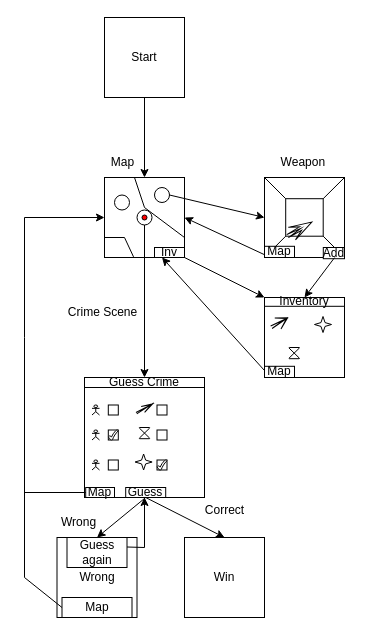
louisslater/test-AR-js keeps this draw.io diagram as Detective Game.drawio. Above is the earlier version. Source tidied: cells renumbered, new cells numbered last; positions are measured from the earlier drawing's top-left corner, leaving out a move shared by most shapes. Both pictures are drawn from the tidied source at 100%, with x=0, y=0 at pixel (24, 17).
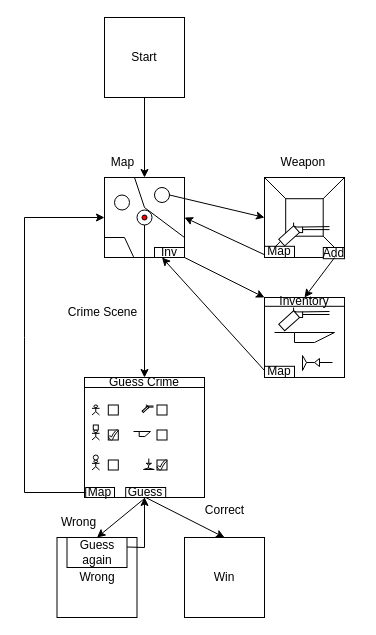
After the change.

The change refers to these unchanged cells:
```xml
<mxCell id="7" style="group;" parent="1" vertex="1">
  <mxGeometry x="240" y="160" width="94" height="81.2" as="geometry" />
</mxCell>
<mxCell id="19" style="whiteSpace=wrap;html=1;" parent="18" vertex="1">
  <mxGeometry width="80" height="80" as="geometry" />
</mxCell>
```

What changed in the source:
```diff
@@
-    <mxCell id="17" style="html=1;shadow=0;dashed=0;align=center;verticalAlign=middle;shape=mxgraph.arrows2.stylisedArrow;dy=0.73;dx=13;notch=15;feather=0.77;rotation=-30;" parent="7" vertex="1">
-      <mxGeometry x="21.2" y="44.4" width="28" height="14.4" as="geometry" />
-    </mxCell>
+    <mxCell id="69" style="group;" parent="7" vertex="1">
+      <mxGeometry x="15" y="45.1" width="50" height="23.6" as="geometry" />
+    </mxCell>
+    <mxCell id="70" style="rounded=0;whiteSpace=wrap;html=1;" parent="69" vertex="1">
+      <mxGeometry x="14.1" y="4.4" width="9" height="5.6" as="geometry" />
+    </mxCell>
+    <mxCell id="71" style="rounded=0;whiteSpace=wrap;html=1;rotation=48;" parent="69" vertex="1">
+      <mxGeometry x="5.2" y="3.3" width="8.9" height="20" as="geometry" />
+    </mxCell>
+    <mxCell id="72" style="endArrow=none;html=1;rounded=0;exitX=0;exitY=0;exitDx=0;exitDy=0;entryX=0.25;entryY=0;entryDx=0;entryDy=0;" parent="69" edge="1" source="71" target="70">
+      <mxGeometry relative="1" as="geometry" />
+    </mxCell>
+    <mxCell id="73" style="endArrow=none;html=1;rounded=0;entryX=0;entryY=0;entryDx=0;entryDy=0;" parent="69" edge="1" target="71">
+      <mxGeometry relative="1" as="geometry">
+        <mxPoint x="14.1" as="sourcePoint" />
+      </mxGeometry>
+    </mxCell>
+    <mxCell id="74" style="endArrow=none;html=1;rounded=0;" parent="69" edge="1">
+      <mxGeometry relative="1" as="geometry">
+        <mxPoint x="23.1" y="4.4" as="sourcePoint" />
+        <mxPoint x="50" y="4" as="targetPoint" />
+      </mxGeometry>
+    </mxCell>
+    <mxCell id="75" style="endArrow=none;html=1;rounded=0;" parent="69" edge="1">
+      <mxGeometry relative="1" as="geometry">
+        <mxPoint x="23.1" y="7" as="sourcePoint" />
+        <mxPoint x="50" y="7" as="targetPoint" />
+      </mxGeometry>
+    </mxCell>
@@
-    <mxCell id="50" style="html=1;shadow=0;dashed=0;align=center;verticalAlign=middle;shape=mxgraph.arrows2.stylisedArrow;dy=1;dx=1.27;notch=15;feather=0.77;rotation=-30;" parent="1" vertex="1">
-      <mxGeometry x="110.6" y="387.5" width="18.8" height="6.9" as="geometry" />
-    </mxCell>
-    <mxCell id="51" style="verticalLabelPosition=bottom;verticalAlign=top;html=1;shape=mxgraph.flowchart.collate;" parent="1" vertex="1">
-      <mxGeometry x="114.7" y="410" width="10.6" height="11.2" as="geometry" />
-    </mxCell>
-    <mxCell id="52" style="verticalLabelPosition=bottom;verticalAlign=top;html=1;shape=mxgraph.basic.4_point_star_2;dx=0.76;" parent="1" vertex="1">
-      <mxGeometry x="110.6" y="436.5" width="17" height="16" as="geometry" />
-    </mxCell>
-    <mxCell id="53" style="html=1;shadow=0;dashed=0;align=center;verticalAlign=middle;shape=mxgraph.arrows2.stylisedArrow;dy=1;dx=1.27;notch=15;feather=0.77;rotation=-30;" parent="1" vertex="1">
-      <mxGeometry x="245.6" y="298.8" width="18.8" height="12.5" as="geometry" />
-    </mxCell>
-    <mxCell id="54" style="verticalLabelPosition=bottom;verticalAlign=top;html=1;shape=mxgraph.flowchart.collate;" parent="1" vertex="1">
-      <mxGeometry x="264.4" y="330" width="10.6" height="11.2" as="geometry" />
-    </mxCell>
-    <mxCell id="55" style="verticalLabelPosition=bottom;verticalAlign=top;html=1;shape=mxgraph.basic.4_point_star_2;dx=0.76;" parent="1" vertex="1">
-      <mxGeometry x="290" y="299" width="17" height="16" as="geometry" />
-    </mxCell>
@@
-    <mxCell id="60" value="Map" style="rounded=0;whiteSpace=wrap;html=1;" parent="1" vertex="1">
-      <mxGeometry x="37.5" y="580" width="70" height="20" as="geometry" />
-    </mxCell>
-    <mxCell id="61" style="endArrow=classic;html=1;rounded=0;exitX=0;exitY=0.5;exitDx=0;exitDy=0;entryX=0;entryY=0.5;entryDx=0;entryDy=0;" parent="1" edge="1" source="60" target="19">
+    <mxCell id="61" style="endArrow=classic;html=1;rounded=0;entryX=0;entryY=0.5;entryDx=0;entryDy=0;" parent="1" edge="1" target="19">
       <mxGeometry relative="1" as="geometry">
+        <mxPoint y="475" as="sourcePoint" />
         <Array as="points">
-          <mxPoint y="560" />
           <mxPoint y="320" />
           <mxPoint y="200" />
         </Array>
       </mxGeometry>
     </mxCell>
@@
+    <mxCell id="76" style="group;" parent="1" vertex="1">
+      <mxGeometry x="255" y="290" width="50" height="23.6" as="geometry" />
+    </mxCell>
+    <mxCell id="77" style="rounded=0;whiteSpace=wrap;html=1;" parent="76" vertex="1">
+      <mxGeometry x="14.1" y="4.4" width="9" height="5.6" as="geometry" />
+    </mxCell>
+    <mxCell id="78" style="rounded=0;whiteSpace=wrap;html=1;rotation=48;" parent="76" vertex="1">
+      <mxGeometry x="5.2" y="3.3" width="8.9" height="20" as="geometry" />
+    </mxCell>
+    <mxCell id="79" style="endArrow=none;html=1;rounded=0;exitX=0;exitY=0;exitDx=0;exitDy=0;entryX=0.25;entryY=0;entryDx=0;entryDy=0;" parent="76" edge="1" source="78" target="77">
+      <mxGeometry relative="1" as="geometry" />
+    </mxCell>
+    <mxCell id="80" style="endArrow=none;html=1;rounded=0;entryX=0;entryY=0;entryDx=0;entryDy=0;" parent="76" edge="1" target="78">
+      <mxGeometry relative="1" as="geometry">
+        <mxPoint x="14.1" as="sourcePoint" />
+      </mxGeometry>
+    </mxCell>
+    <mxCell id="81" style="endArrow=none;html=1;rounded=0;" parent="76" edge="1">
+      <mxGeometry relative="1" as="geometry">
+        <mxPoint x="23.1" y="4.4" as="sourcePoint" />
+        <mxPoint x="50" y="4" as="targetPoint" />
+      </mxGeometry>
+    </mxCell>
+    <mxCell id="82" style="endArrow=none;html=1;rounded=0;" parent="76" edge="1">
+      <mxGeometry relative="1" as="geometry">
+        <mxPoint x="23.1" y="7" as="sourcePoint" />
+        <mxPoint x="50" y="7" as="targetPoint" />
+      </mxGeometry>
+    </mxCell>
+    <mxCell id="83" style="group;" parent="1" vertex="1">
+      <mxGeometry x="250" y="315" width="60" height="10" as="geometry" />
+    </mxCell>
+    <mxCell id="84" style="endArrow=none;html=1;rounded=0;" parent="83" edge="1">
+      <mxGeometry relative="1" as="geometry">
+        <mxPoint as="sourcePoint" />
+        <mxPoint x="20" as="targetPoint" />
+      </mxGeometry>
+    </mxCell>
+    <mxCell id="85" style="endArrow=none;html=1;rounded=0;" parent="83" edge="1">
+      <mxGeometry relative="1" as="geometry">
+        <mxPoint x="20" y="10" as="sourcePoint" />
+        <mxPoint x="20" as="targetPoint" />
+      </mxGeometry>
+    </mxCell>
+    <mxCell id="86" style="endArrow=none;html=1;rounded=0;" parent="83" edge="1">
+      <mxGeometry relative="1" as="geometry">
+        <mxPoint x="20" as="sourcePoint" />
+        <mxPoint x="60" as="targetPoint" />
+      </mxGeometry>
+    </mxCell>
+    <mxCell id="87" style="endArrow=none;html=1;rounded=0;" parent="83" edge="1">
+      <mxGeometry relative="1" as="geometry">
+        <mxPoint x="20" y="10" as="sourcePoint" />
+        <mxPoint x="60" as="targetPoint" />
+        <Array as="points">
+          <mxPoint x="40" y="10" />
+        </Array>
+      </mxGeometry>
+    </mxCell>
+    <mxCell id="88" style="group;rotation=90;" parent="1" vertex="1">
+      <mxGeometry x="285" y="330" width="15" height="30" as="geometry" />
+    </mxCell>
+    <mxCell id="89" style="endArrow=none;html=1;rounded=0;" parent="88" edge="1">
+      <mxGeometry relative="1" as="geometry">
+        <mxPoint x="-7" y="8" as="sourcePoint" />
+        <mxPoint x="-7" y="23" as="targetPoint" />
+      </mxGeometry>
+    </mxCell>
+    <mxCell id="90" style="endArrow=none;html=1;rounded=0;" parent="88" edge="1">
+      <mxGeometry relative="1" as="geometry">
+        <mxPoint x="5" y="15" as="sourcePoint" />
+        <mxPoint x="-3" y="15" as="targetPoint" />
+      </mxGeometry>
+    </mxCell>
+    <mxCell id="91" style="endArrow=none;html=1;rounded=0;" parent="88" edge="1">
+      <mxGeometry relative="1" as="geometry">
+        <mxPoint x="10" y="11" as="sourcePoint" />
+        <mxPoint x="10" y="19" as="targetPoint" />
+      </mxGeometry>
+    </mxCell>
+    <mxCell id="92" style="endArrow=none;html=1;rounded=0;" parent="88" edge="1">
+      <mxGeometry relative="1" as="geometry">
+        <mxPoint x="10" y="15" as="sourcePoint" />
+        <mxPoint x="23" y="15" as="targetPoint" />
+      </mxGeometry>
+    </mxCell>
+    <mxCell id="93" style="endArrow=none;html=1;rounded=0;" parent="88" edge="1">
+      <mxGeometry relative="1" as="geometry">
+        <mxPoint x="-7" y="23" as="sourcePoint" />
+        <mxPoint x="-3" y="15" as="targetPoint" />
+      </mxGeometry>
+    </mxCell>
+    <mxCell id="94" style="endArrow=none;html=1;rounded=0;" parent="88" edge="1">
+      <mxGeometry relative="1" as="geometry">
+        <mxPoint x="-7" y="8" as="sourcePoint" />
+        <mxPoint x="-3" y="15" as="targetPoint" />
+      </mxGeometry>
+    </mxCell>
+    <mxCell id="95" style="endArrow=none;html=1;rounded=0;" parent="88" edge="1">
+      <mxGeometry relative="1" as="geometry">
+        <mxPoint x="5" y="15" as="sourcePoint" />
+        <mxPoint x="10" y="19" as="targetPoint" />
+      </mxGeometry>
+    </mxCell>
+    <mxCell id="96" style="endArrow=none;html=1;rounded=0;" parent="88" edge="1">
+      <mxGeometry relative="1" as="geometry">
+        <mxPoint x="5" y="15" as="sourcePoint" />
+        <mxPoint x="10" y="11" as="targetPoint" />
+      </mxGeometry>
+    </mxCell>
+    <mxCell id="97" style="ellipse;whiteSpace=wrap;html=1;" parent="1" vertex="1">
+      <mxGeometry x="68.8" y="437.5" width="5" height="5" as="geometry" />
+    </mxCell>
+    <mxCell id="98" style="whiteSpace=wrap;html=1;" parent="1" vertex="1">
+      <mxGeometry x="68.8" y="407.5" width="5" height="5" as="geometry" />
+    </mxCell>
+    <mxCell id="99" style="group;" parent="1" vertex="1">
+      <mxGeometry x="119" y="387" width="10" height="8.6" as="geometry" />
+    </mxCell>
+    <mxCell id="100" style="rounded=0;whiteSpace=wrap;html=1;" parent="99" vertex="1">
+      <mxGeometry x="2.8" y="1.6" width="1.8" height="2.1" as="geometry" />
+    </mxCell>
+    <mxCell id="101" style="rounded=0;whiteSpace=wrap;html=1;rotation=48;" parent="99" vertex="1">
+      <mxGeometry x="1" y="1.2" width="1.8" height="7.3" as="geometry" />
+    </mxCell>
+    <mxCell id="102" style="endArrow=none;html=1;rounded=0;exitX=0;exitY=0;exitDx=0;exitDy=0;entryX=0.25;entryY=0;entryDx=0;entryDy=0;" parent="99" edge="1" source="101" target="100">
+      <mxGeometry relative="1" as="geometry" />
+    </mxCell>
+    <mxCell id="103" style="endArrow=none;html=1;rounded=0;entryX=0;entryY=0;entryDx=0;entryDy=0;" parent="99" edge="1" target="101">
+      <mxGeometry relative="1" as="geometry">
+        <mxPoint x="2.8" as="sourcePoint" />
+      </mxGeometry>
+    </mxCell>
+    <mxCell id="104" style="endArrow=none;html=1;rounded=0;" parent="99" edge="1">
+      <mxGeometry relative="1" as="geometry">
+        <mxPoint x="4.6" y="1.6" as="sourcePoint" />
+        <mxPoint x="10" y="1.5" as="targetPoint" />
+      </mxGeometry>
+    </mxCell>
+    <mxCell id="105" style="endArrow=none;html=1;rounded=0;" parent="99" edge="1">
+      <mxGeometry relative="1" as="geometry">
+        <mxPoint x="4.6" y="2.6" as="sourcePoint" />
+        <mxPoint x="10" y="2.6" as="targetPoint" />
+      </mxGeometry>
+    </mxCell>
+    <mxCell id="106" style="group;" parent="1" vertex="1">
+      <mxGeometry x="109" y="414" width="17" height="5" as="geometry" />
+    </mxCell>
+    <mxCell id="107" style="endArrow=none;html=1;rounded=0;" parent="106" edge="1">
+      <mxGeometry relative="1" as="geometry">
+        <mxPoint as="sourcePoint" />
+        <mxPoint x="5.7" as="targetPoint" />
+      </mxGeometry>
+    </mxCell>
+    <mxCell id="108" style="endArrow=none;html=1;rounded=0;" parent="106" edge="1">
+      <mxGeometry relative="1" as="geometry">
+        <mxPoint x="5.7" y="5" as="sourcePoint" />
+        <mxPoint x="5.7" as="targetPoint" />
+      </mxGeometry>
+    </mxCell>
+    <mxCell id="109" style="endArrow=none;html=1;rounded=0;" parent="106" edge="1">
+      <mxGeometry relative="1" as="geometry">
+        <mxPoint x="5.7" as="sourcePoint" />
+        <mxPoint x="17" as="targetPoint" />
+      </mxGeometry>
+    </mxCell>
+    <mxCell id="110" style="endArrow=none;html=1;rounded=0;" parent="106" edge="1">
+      <mxGeometry relative="1" as="geometry">
+        <mxPoint x="5.7" y="5" as="sourcePoint" />
+        <mxPoint x="17" as="targetPoint" />
+        <Array as="points">
+          <mxPoint x="11.3" y="5" />
+        </Array>
+      </mxGeometry>
+    </mxCell>
+    <mxCell id="111" style="group;rotation=0;" parent="1" vertex="1">
+      <mxGeometry x="119" y="441" width="10" height="11" as="geometry" />
+    </mxCell>
+    <mxCell id="112" style="endArrow=none;html=1;rounded=0;" parent="111" edge="1">
+      <mxGeometry relative="1" as="geometry">
+        <mxPoint y="11" as="sourcePoint" />
+        <mxPoint x="10.7" y="11" as="targetPoint" />
+      </mxGeometry>
+    </mxCell>
+    <mxCell id="113" style="endArrow=none;html=1;rounded=0;" parent="111" edge="1">
+      <mxGeometry relative="1" as="geometry">
+        <mxPoint x="5.3" y="6.6" as="sourcePoint" />
+        <mxPoint x="4.7" y="9.5" as="targetPoint" />
+      </mxGeometry>
+    </mxCell>
+    <mxCell id="114" style="endArrow=none;html=1;rounded=0;" parent="111" edge="1">
+      <mxGeometry relative="1" as="geometry">
+        <mxPoint x="2.7" y="4.8" as="sourcePoint" />
+        <mxPoint x="8" y="4.8" as="targetPoint" />
+      </mxGeometry>
+    </mxCell>
+    <mxCell id="115" style="endArrow=none;html=1;rounded=0;" parent="111" edge="1">
+      <mxGeometry relative="1" as="geometry">
+        <mxPoint x="5.3" y="4.8" as="sourcePoint" />
+        <mxPoint x="5.3" as="targetPoint" />
+      </mxGeometry>
+    </mxCell>
+    <mxCell id="116" style="endArrow=none;html=1;rounded=0;" parent="111" edge="1">
+      <mxGeometry relative="1" as="geometry">
+        <mxPoint x="10.7" y="11" as="sourcePoint" />
+        <mxPoint x="4.7" y="9.5" as="targetPoint" />
+      </mxGeometry>
+    </mxCell>
+    <mxCell id="117" style="endArrow=none;html=1;rounded=0;" parent="111" edge="1">
+      <mxGeometry relative="1" as="geometry">
+        <mxPoint y="11" as="sourcePoint" />
+        <mxPoint x="4.7" y="9.5" as="targetPoint" />
+      </mxGeometry>
+    </mxCell>
+    <mxCell id="118" style="endArrow=none;html=1;rounded=0;" parent="111" edge="1">
+      <mxGeometry relative="1" as="geometry">
+        <mxPoint x="5.3" y="6.6" as="sourcePoint" />
+        <mxPoint x="8" y="4.8" as="targetPoint" />
+      </mxGeometry>
+    </mxCell>
+    <mxCell id="119" style="endArrow=none;html=1;rounded=0;" parent="111" edge="1">
+      <mxGeometry relative="1" as="geometry">
+        <mxPoint x="5.3" y="6.6" as="sourcePoint" />
+        <mxPoint x="2.7" y="4.8" as="targetPoint" />
+      </mxGeometry>
+    </mxCell>
```
